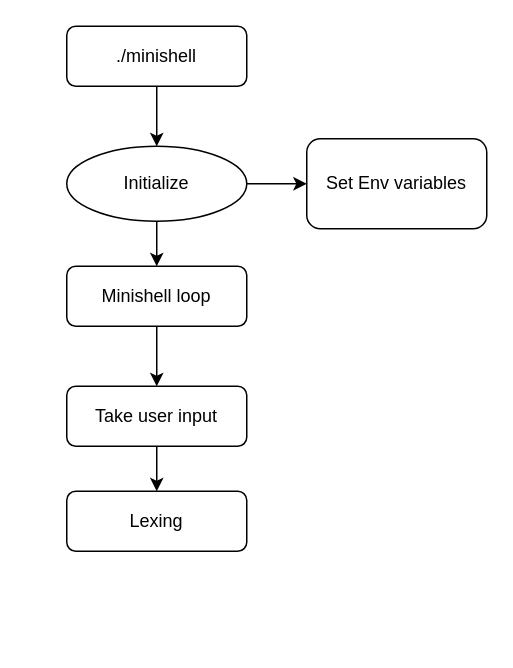
Earlier version of the draw.io diagram docs/Minishell.drawio (moop250/minishell). Source tidied: cells renumbered, new cells numbered last; positions are measured from the earlier drawing's top-left corner, leaving out a move shared by most shapes. Both pictures are drawn from the tidied source at 150%, with x=0, y=0 at pixel (66, 26).
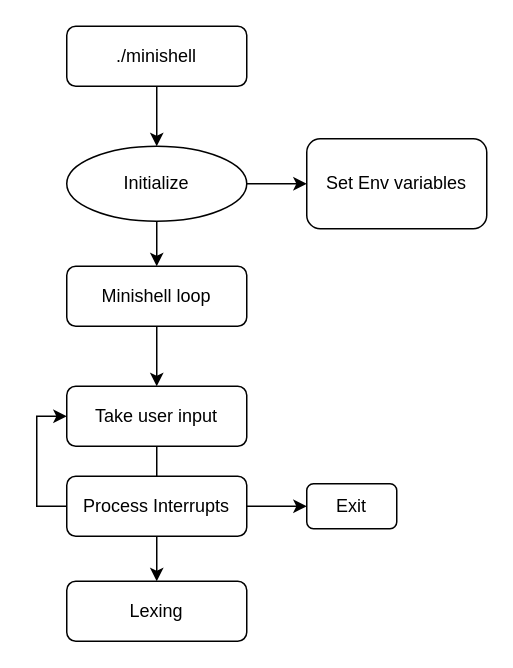
After the change.

The edit, as a diff of the source:
```diff
@@
 <mxGraphModel>
   <root>
     <mxCell id="0" />
     <mxCell id="1" parent="0" />
     <mxCell id="2" style="edgeStyle=orthogonalEdgeStyle;rounded=0;jettySize=auto;html=1;entryX=0.5;entryY=0;entryDx=0;entryDy=0;" parent="1" edge="1" source="3" target="6">
       <mxGeometry relative="1" as="geometry" />
     </mxCell>
     <mxCell id="3" value="./minishell" style="rounded=1;whiteSpace=wrap;html=1;fontSize=12;glass=0;strokeWidth=1;shadow=0;" parent="1" vertex="1">
       <mxGeometry width="120" height="40" as="geometry" />
     </mxCell>
     <mxCell id="4" style="edgeStyle=orthogonalEdgeStyle;rounded=0;jettySize=auto;html=1;" parent="1" edge="1" source="6" target="7">
       <mxGeometry relative="1" as="geometry" />
     </mxCell>
     <mxCell id="5" style="edgeStyle=orthogonalEdgeStyle;rounded=0;jettySize=auto;html=1;" parent="1" edge="1" source="6" target="9">
       <mxGeometry relative="1" as="geometry" />
     </mxCell>
     <mxCell id="6" value="Initialize" style="ellipse;whiteSpace=wrap;html=1;" parent="1" vertex="1">
       <mxGeometry y="80" width="120" height="50" as="geometry" />
     </mxCell>
     <mxCell id="7" value="Set Env variables" style="rounded=1;whiteSpace=wrap;html=1;" parent="1" vertex="1">
       <mxGeometry x="160" y="75" width="120" height="60" as="geometry" />
     </mxCell>
     <mxCell id="8" style="edgeStyle=orthogonalEdgeStyle;rounded=0;jettySize=auto;html=1;entryX=0.5;entryY=0;entryDx=0;entryDy=0;" parent="1" edge="1" source="9" target="11">
       <mxGeometry relative="1" as="geometry" />
     </mxCell>
     <mxCell id="9" value="Minishell loop" style="rounded=1;whiteSpace=wrap;html=1;" parent="1" vertex="1">
       <mxGeometry y="160" width="120" height="40" as="geometry" />
     </mxCell>
     <mxCell id="10" style="edgeStyle=orthogonalEdgeStyle;rounded=0;jettySize=auto;html=1;entryX=0.5;entryY=0;entryDx=0;entryDy=0;" parent="1" edge="1" source="11" target="12">
       <mxGeometry relative="1" as="geometry" />
     </mxCell>
     <mxCell id="11" value="Take user input" style="rounded=1;whiteSpace=wrap;html=1;" parent="1" vertex="1">
       <mxGeometry y="240" width="120" height="40" as="geometry" />
     </mxCell>
     <mxCell id="12" value="Lexing" style="rounded=1;whiteSpace=wrap;html=1;" parent="1" vertex="1">
-      <mxGeometry y="310" width="120" height="40" as="geometry" />
+      <mxGeometry y="370" width="120" height="40" as="geometry" />
     </mxCell>
+    <mxCell id="13" style="edgeStyle=orthogonalEdgeStyle;rounded=0;jettySize=auto;html=1;entryX=0;entryY=0.5;entryDx=0;entryDy=0;" parent="1" edge="1" source="15" target="11">
+      <mxGeometry relative="1" as="geometry">
+        <Array as="points">
+          <mxPoint x="-20" y="320" />
+          <mxPoint x="-20" y="260" />
+        </Array>
+      </mxGeometry>
+    </mxCell>
+    <mxCell id="14" style="edgeStyle=orthogonalEdgeStyle;rounded=0;jettySize=auto;html=1;" parent="1" edge="1" source="15" target="16">
+      <mxGeometry relative="1" as="geometry" />
+    </mxCell>
+    <mxCell id="15" value="Process Interrupts" style="rounded=1;whiteSpace=wrap;html=1;" parent="1" vertex="1">
+      <mxGeometry y="300" width="120" height="40" as="geometry" />
+    </mxCell>
+    <mxCell id="16" value="Exit" style="whiteSpace=wrap;html=1;rounded=1;" parent="1" vertex="1">
+      <mxGeometry x="160" y="305" width="60" height="30" as="geometry" />
+    </mxCell>
   </root>
 </mxGraphModel>
```
